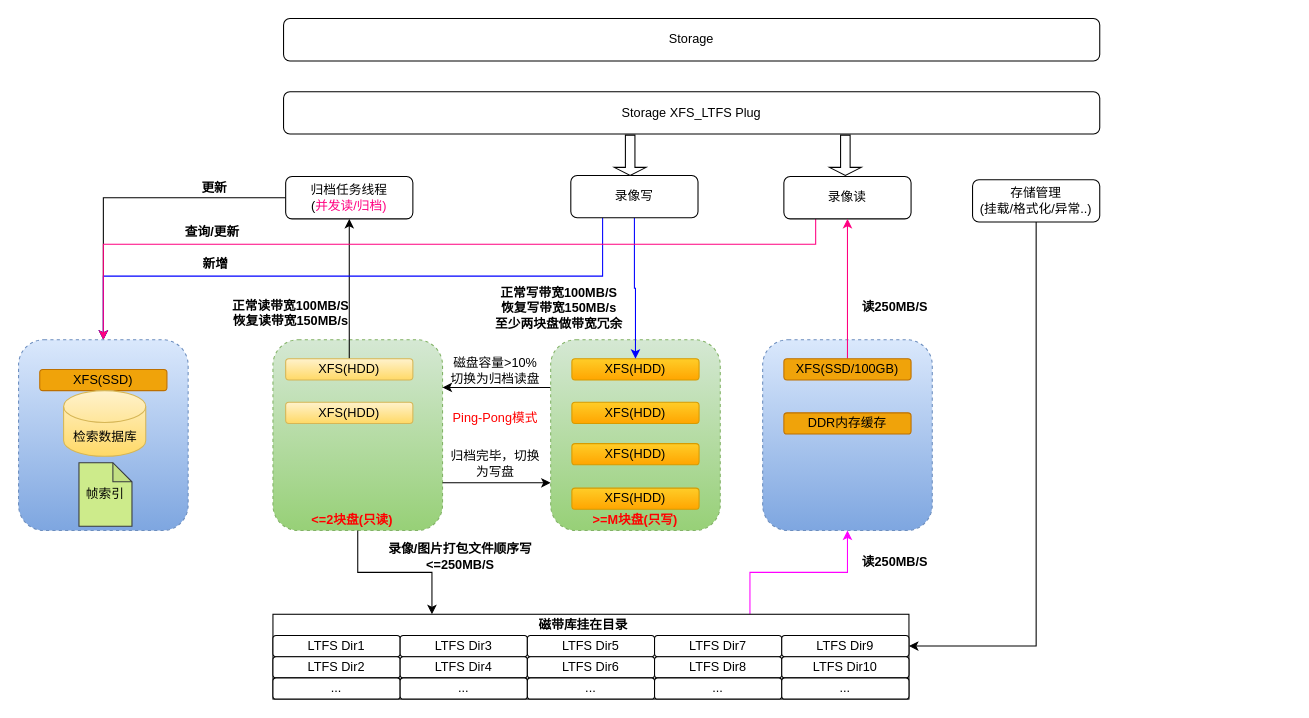
Before: Cidai.drawio in snowolfhawk/ceph-scripts, a draw.io diagram. Source tidied: cells renumbered, new cells numbered last; positions are measured from the earlier drawing's top-left corner, leaving out a move shared by most shapes. Both pictures are drawn from the tidied source at 106%, with x=0, y=0 at pixel (18, 18).
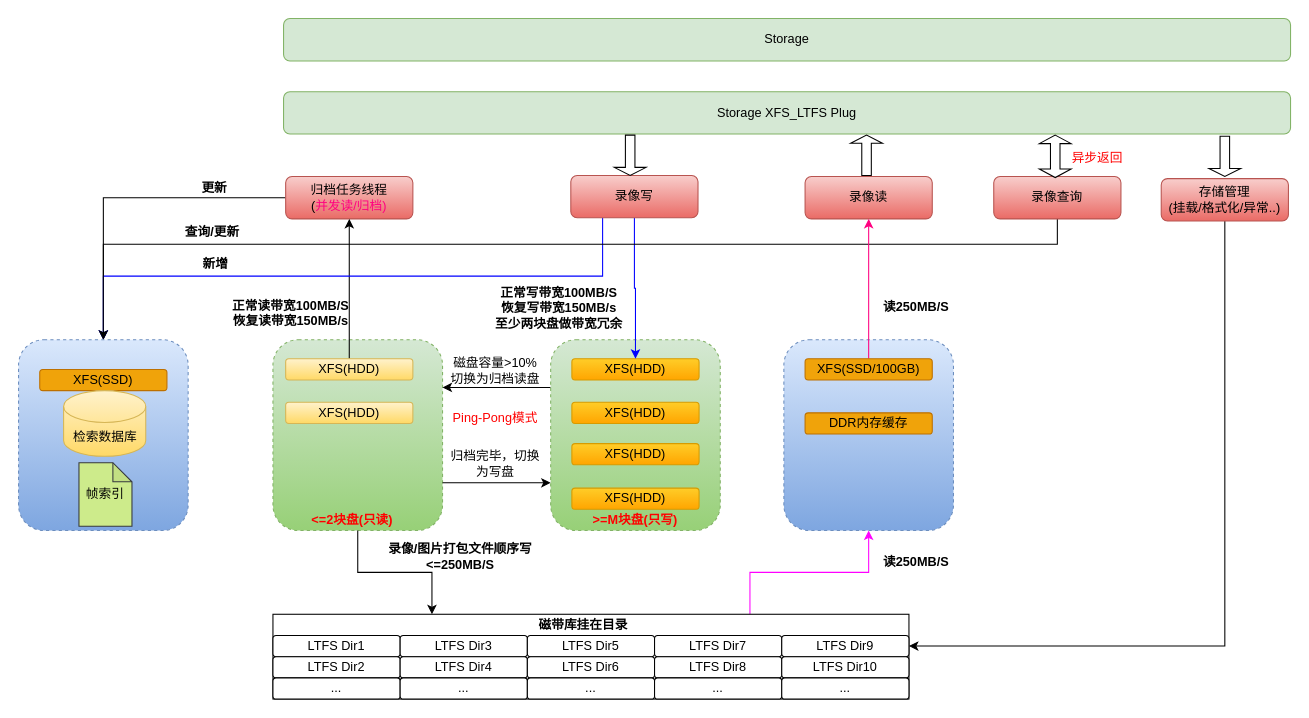
The same page after the edit.

The change refers to these unchanged cells:
```xml
<mxCell id="53" style="rounded=1;whiteSpace=wrap;html=1;dashed=1;fillColor=#dae8fc;strokeColor=#6c8ebf;gradientColor=#7ea6e0;" parent="1" vertex="1">
  <mxGeometry y="303" width="160" height="180" as="geometry" />
</mxCell>
```

The edit, as a diff of the source:
```diff
@@
     <mxCell id="3" style="rounded=1;whiteSpace=wrap;html=1;dashed=1;fillColor=#dae8fc;strokeColor=#6c8ebf;gradientColor=#7ea6e0;" parent="1" vertex="1">
-      <mxGeometry x="702" y="303" width="160" height="180" as="geometry" />
+      <mxGeometry x="722" y="303" width="160" height="180" as="geometry" />
     </mxCell>
@@
-    <mxCell id="11" value="归档任务线程&lt;br&gt;(&lt;font color=&quot;#ff0080&quot;&gt;并发读/归档)&lt;/font&gt;" style="rounded=1;whiteSpace=wrap;html=1;" parent="1" vertex="1">
+    <mxCell id="11" value="归档任务线程&lt;br&gt;(&lt;font color=&quot;#ff0080&quot;&gt;并发读/归档)&lt;/font&gt;" style="rounded=1;whiteSpace=wrap;html=1;fillColor=#f8cecc;gradientColor=#ea6b66;strokeColor=#b85450;" parent="1" vertex="1">
       <mxGeometry x="252" y="149" width="120" height="40" as="geometry" />
     </mxCell>
@@
-    <mxCell id="20" value="录像写" style="rounded=1;whiteSpace=wrap;html=1;" parent="1" vertex="1">
+    <mxCell id="20" value="录像写" style="rounded=1;whiteSpace=wrap;html=1;fillColor=#f8cecc;gradientColor=#ea6b66;strokeColor=#b85450;" parent="1" vertex="1">
       <mxGeometry x="521" y="148" width="120" height="40" as="geometry" />
     </mxCell>
-    <mxCell id="21" style="edgeStyle=orthogonalEdgeStyle;rounded=0;jettySize=auto;html=1;exitX=0.25;exitY=1;exitDx=0;exitDy=0;entryX=0.5;entryY=0;entryDx=0;entryDy=0;fontColor=#FF0000;strokeColor=#FF0080;" parent="1" edge="1" source="22" target="53">
+    <mxCell id="21" style="edgeStyle=orthogonalEdgeStyle;rounded=0;jettySize=auto;html=1;exitX=0.5;exitY=1;exitDx=0;exitDy=0;entryX=0.5;entryY=0;entryDx=0;entryDy=0;fontColor=#FF0000;strokeColor=#000000;" parent="1" edge="1" source="66" target="53">
       <mxGeometry relative="1" as="geometry">
         <Array as="points">
-          <mxPoint x="752" y="213" />
+          <mxPoint x="980" y="213" />
           <mxPoint x="80" y="213" />
         </Array>
       </mxGeometry>
     </mxCell>
-    <mxCell id="22" value="录像读" style="rounded=1;whiteSpace=wrap;html=1;" parent="1" vertex="1">
-      <mxGeometry x="722" y="149" width="120" height="40" as="geometry" />
+    <mxCell id="22" value="录像读" style="rounded=1;whiteSpace=wrap;html=1;fillColor=#f8cecc;gradientColor=#ea6b66;strokeColor=#b85450;" parent="1" vertex="1">
+      <mxGeometry x="742" y="149" width="120" height="40" as="geometry" />
     </mxCell>
@@
     <mxCell id="24" value="&lt;span style=&quot;&quot;&gt;XFS(SSD/100GB)&lt;/span&gt;" style="rounded=1;whiteSpace=wrap;html=1;fillColor=#f0a30a;strokeColor=#BD7000;fontColor=#000000;" parent="1" vertex="1">
-      <mxGeometry x="722" y="321" width="120" height="20" as="geometry" />
+      <mxGeometry x="742" y="321" width="120" height="20" as="geometry" />
     </mxCell>
@@
     <mxCell id="42" value="&lt;b&gt;读250MB/S&lt;/b&gt;" style="text;html=1;strokeColor=none;fillColor=none;align=center;verticalAlign=middle;whiteSpace=wrap;rounded=0;" parent="1" vertex="1">
-      <mxGeometry x="782" y="503" width="90" height="20" as="geometry" />
+      <mxGeometry x="802" y="503" width="90" height="20" as="geometry" />
     </mxCell>
@@
     <mxCell id="50" value="&lt;b&gt;读250MB/S&lt;/b&gt;" style="text;html=1;strokeColor=none;fillColor=none;align=center;verticalAlign=middle;whiteSpace=wrap;rounded=0;" parent="1" vertex="1">
-      <mxGeometry x="782" y="262" width="90" height="20" as="geometry" />
+      <mxGeometry x="802" y="262" width="90" height="20" as="geometry" />
     </mxCell>
     <mxCell id="51" value="DDR内存缓存" style="rounded=1;whiteSpace=wrap;html=1;fillColor=#f0a30a;strokeColor=#BD7000;fontColor=#000000;" parent="1" vertex="1">
-      <mxGeometry x="722" y="372" width="120" height="20" as="geometry" />
+      <mxGeometry x="742" y="372" width="120" height="20" as="geometry" />
     </mxCell>
@@
-    <mxCell id="59" value="Storage XFS_LTFS Plug" style="rounded=1;whiteSpace=wrap;html=1;" parent="1" vertex="1">
-      <mxGeometry x="250" y="69" width="770" height="40" as="geometry" />
+    <mxCell id="59" value="Storage XFS_LTFS Plug" style="rounded=1;whiteSpace=wrap;html=1;fillColor=#d5e8d4;strokeColor=#82b366;" parent="1" vertex="1">
+      <mxGeometry x="250" y="69" width="950" height="40" as="geometry" />
     </mxCell>
-    <mxCell id="60" value="Storage" style="rounded=1;whiteSpace=wrap;html=1;" parent="1" vertex="1">
-      <mxGeometry x="250" width="770" height="40" as="geometry" />
+    <mxCell id="60" value="Storage" style="rounded=1;whiteSpace=wrap;html=1;fillColor=#d5e8d4;strokeColor=#82b366;" parent="1" vertex="1">
+      <mxGeometry x="250" width="950" height="40" as="geometry" />
     </mxCell>
@@
-    <mxCell id="62" style="shape=singleArrow;direction=south;whiteSpace=wrap;html=1;fontColor=#FF0000;" parent="1" vertex="1">
-      <mxGeometry x="765" y="110" width="30" height="38" as="geometry" />
-    </mxCell>
@@
-    <mxCell id="65" value="存储管理&lt;br&gt;(挂载/格式化/异常..)" style="rounded=1;whiteSpace=wrap;html=1;" parent="1" vertex="1">
-      <mxGeometry x="900" y="152" width="120" height="40" as="geometry" />
+    <mxCell id="65" value="存储管理&lt;br&gt;(挂载/格式化/异常..)" style="rounded=1;whiteSpace=wrap;html=1;fillColor=#f8cecc;gradientColor=#ea6b66;strokeColor=#b85450;" parent="1" vertex="1">
+      <mxGeometry x="1078" y="151" width="120" height="40" as="geometry" />
     </mxCell>
+    <mxCell id="66" value="录像查询" style="rounded=1;whiteSpace=wrap;html=1;fillColor=#f8cecc;gradientColor=#ea6b66;strokeColor=#b85450;" parent="1" vertex="1">
+      <mxGeometry x="920" y="149" width="120" height="40" as="geometry" />
+    </mxCell>
+    <mxCell id="67" style="shape=doubleArrow;direction=south;whiteSpace=wrap;html=1;fontColor=#FF0080;" parent="1" vertex="1">
+      <mxGeometry x="963" y="110" width="30" height="40" as="geometry" />
+    </mxCell>
+    <mxCell id="68" style="shape=singleArrow;direction=south;whiteSpace=wrap;html=1;fontColor=#FF0000;rotation=-180;" parent="1" vertex="1">
+      <mxGeometry x="785" y="110" width="30" height="38" as="geometry" />
+    </mxCell>
+    <mxCell id="69" value="&lt;font color=&quot;#ff0000&quot;&gt;异步返回&lt;/font&gt;" style="text;html=1;strokeColor=none;fillColor=none;align=center;verticalAlign=middle;whiteSpace=wrap;rounded=0;" parent="1" vertex="1">
+      <mxGeometry x="978" y="122" width="80" height="20" as="geometry" />
+    </mxCell>
+    <mxCell id="70" style="shape=singleArrow;direction=south;whiteSpace=wrap;html=1;fontColor=#FF0000;" parent="1" vertex="1">
+      <mxGeometry x="1123" y="111" width="30" height="38" as="geometry" />
+    </mxCell>
```
